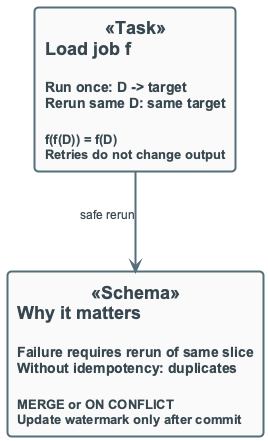
OrPerets/data-engineering-course keeps this PlantUML diagram as diagrams/week04/week4_idempotency.png. Above is the earlier version.
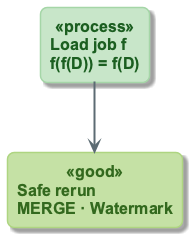
Above is the later version.

What changed in the source:
```diff
@@ -1,13 +1,14 @@
 @startuml
-
 !include ../_template_styles.puml
+!include _week4_visual_style.puml
 
 top to bottom direction
+skinparam nodesep 100
+skinparam ranksep 70
 
-rectangle "**Load job f**\n\n<size:14>Run once: D -> target</size>\n<size:14>Rerun same D: same target</size>\n\n<size:13>f(f(D)) = f(D)</size>\n<size:13>Retries do not change output</size>" as F <<Task>>
+rectangle "Load job f\nf(f(D)) = f(D)" as F <<process>>
+rectangle "Safe rerun\nMERGE · Watermark" as WHY <<good>>
 
-rectangle "**Why it matters**\n\n<size:14>Failure requires rerun of same slice</size>\n<size:14>Without idempotency: duplicates</size>\n\n<size:13>MERGE or ON CONFLICT</size>\n<size:13>Update watermark only after commit</size>" as WHY <<Schema>>
-
-F -down-> WHY : <size:12>safe rerun</size>
+F -down-> WHY
 
 @enduml
```
